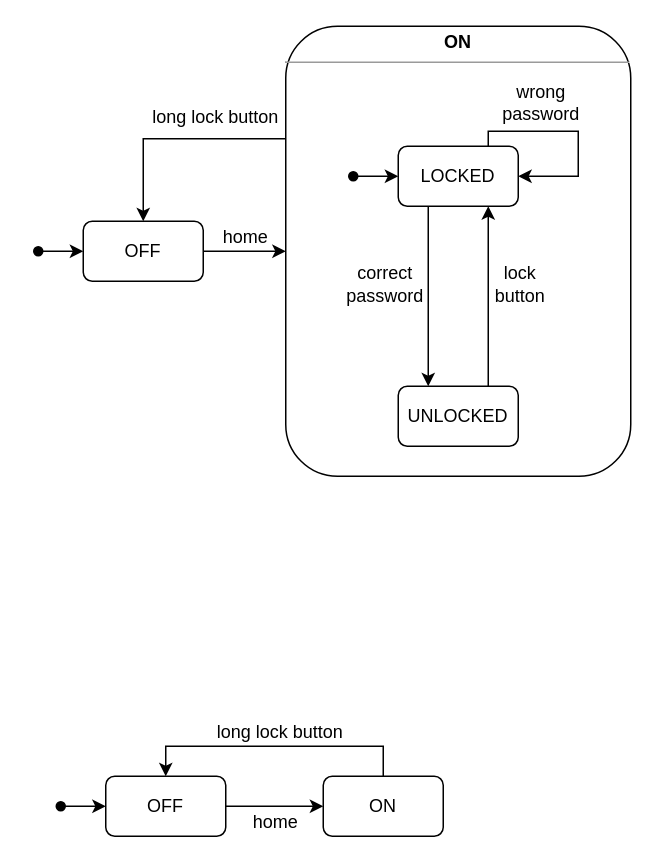
This is drawio/testing-techniques/model-based-testing/examples/phone_super_state.drawio from sf105/sttp-book, a draw.io file, before an edit. Source tidied: cells renumbered, new cells numbered last; positions are measured from the earlier drawing's top-left corner, leaving out a move shared by most shapes. Both pictures are drawn from the tidied source at 150%, with x=0, y=0 at pixel (38, 26).
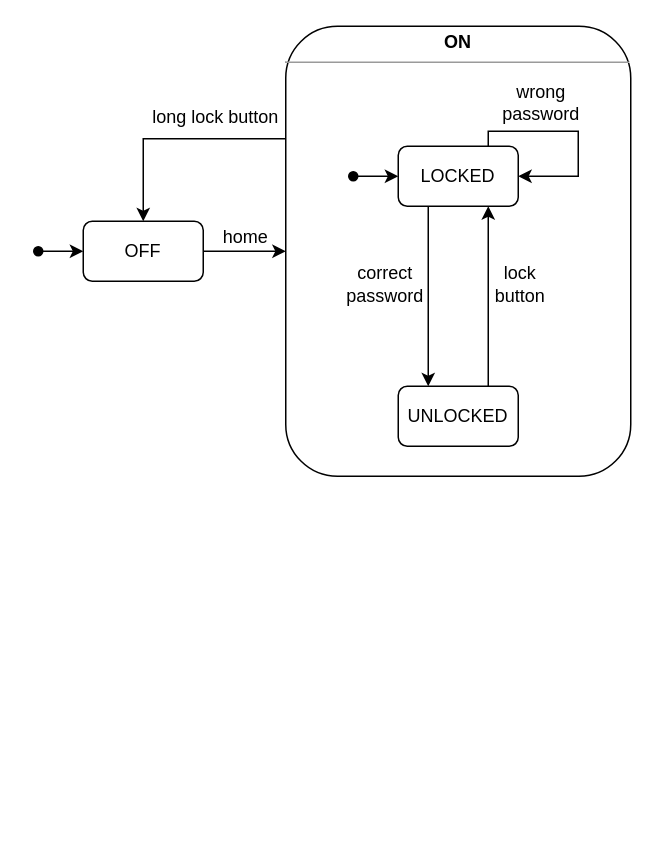
The same page after the edit.

Change to the diagram source:
```diff
@@
-    <mxCell id="18" style="edgeStyle=orthogonalEdgeStyle;rounded=0;jettySize=auto;html=1;startArrow=none;startFill=0;" parent="1" edge="1" source="20" target="24">
-      <mxGeometry relative="1" as="geometry">
-        <Array as="points">
-          <mxPoint x="160" y="520" />
-          <mxPoint x="160" y="520" />
-        </Array>
-      </mxGeometry>
-    </mxCell>
-    <mxCell id="19" value="home" style="text;html=1;align=center;verticalAlign=middle;labelBackgroundColor=none;" parent="18" vertex="1">
-      <mxGeometry x="-0.22" y="-1" relative="1" as="geometry">
-        <mxPoint x="7.5" y="9" as="offset" />
-      </mxGeometry>
-    </mxCell>
-    <mxCell id="20" value="OFF" style="rounded=1;whiteSpace=wrap;html=1;" parent="1" vertex="1">
-      <mxGeometry x="45" y="500" width="80" height="40" as="geometry" />
-    </mxCell>
-    <mxCell id="21" style="endArrow=classic;html=1;entryX=0;entryY=0.5;entryDx=0;entryDy=0;startArrow=oval;startFill=1;" parent="1" edge="1" target="20">
-      <mxGeometry relative="1" as="geometry">
-        <mxPoint x="15" y="520" as="sourcePoint" />
-      </mxGeometry>
-    </mxCell>
-    <mxCell id="22" style="edgeStyle=orthogonalEdgeStyle;rounded=0;jettySize=auto;html=1;entryX=0.5;entryY=0;entryDx=0;entryDy=0;startArrow=none;startFill=0;" parent="1" edge="1" source="24" target="20">
-      <mxGeometry relative="1" as="geometry">
-        <Array as="points">
-          <mxPoint x="230" y="480" />
-          <mxPoint x="85" y="480" />
-        </Array>
-      </mxGeometry>
-    </mxCell>
-    <mxCell id="23" value="long lock button" style="text;html=1;align=center;verticalAlign=middle;labelBackgroundColor=none;" parent="22" vertex="1">
-      <mxGeometry x="-0.21" y="1" relative="1" as="geometry">
-        <mxPoint x="-17" y="-11" as="offset" />
-      </mxGeometry>
-    </mxCell>
-    <mxCell id="24" value="ON" style="rounded=1;whiteSpace=wrap;html=1;" parent="1" vertex="1">
-      <mxGeometry x="190" y="500" width="80" height="40" as="geometry" />
-    </mxCell>
```
